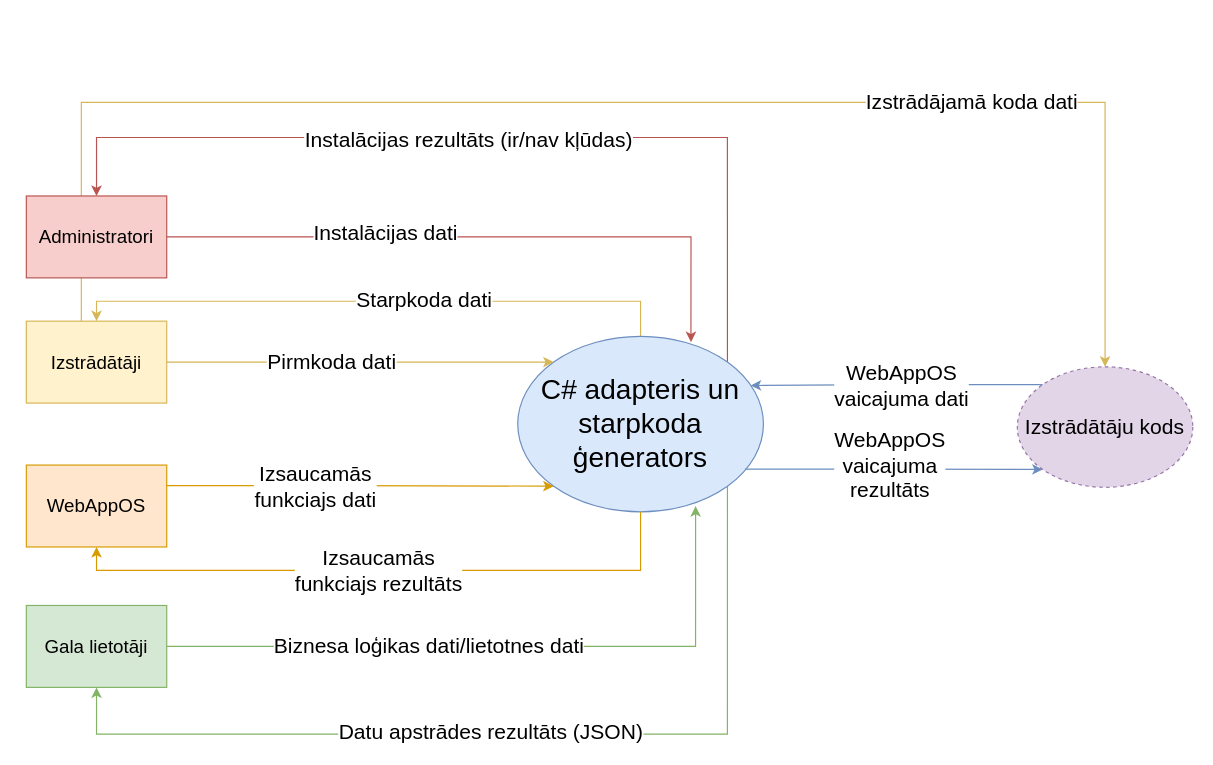
This is page "0. level" (1 of 9) of src/Kvalifikacijas darbs/Diagrammas/DPD.drawio from artiks12/webAppOS, a draw.io file, before an edit. Source tidied: cells renumbered, new cells numbered last; positions are measured from the earlier drawing's top-left corner, leaving out a move shared by most shapes. Both pictures are drawn from the tidied source at 117%, with x=0, y=0 at pixel (26, 102).
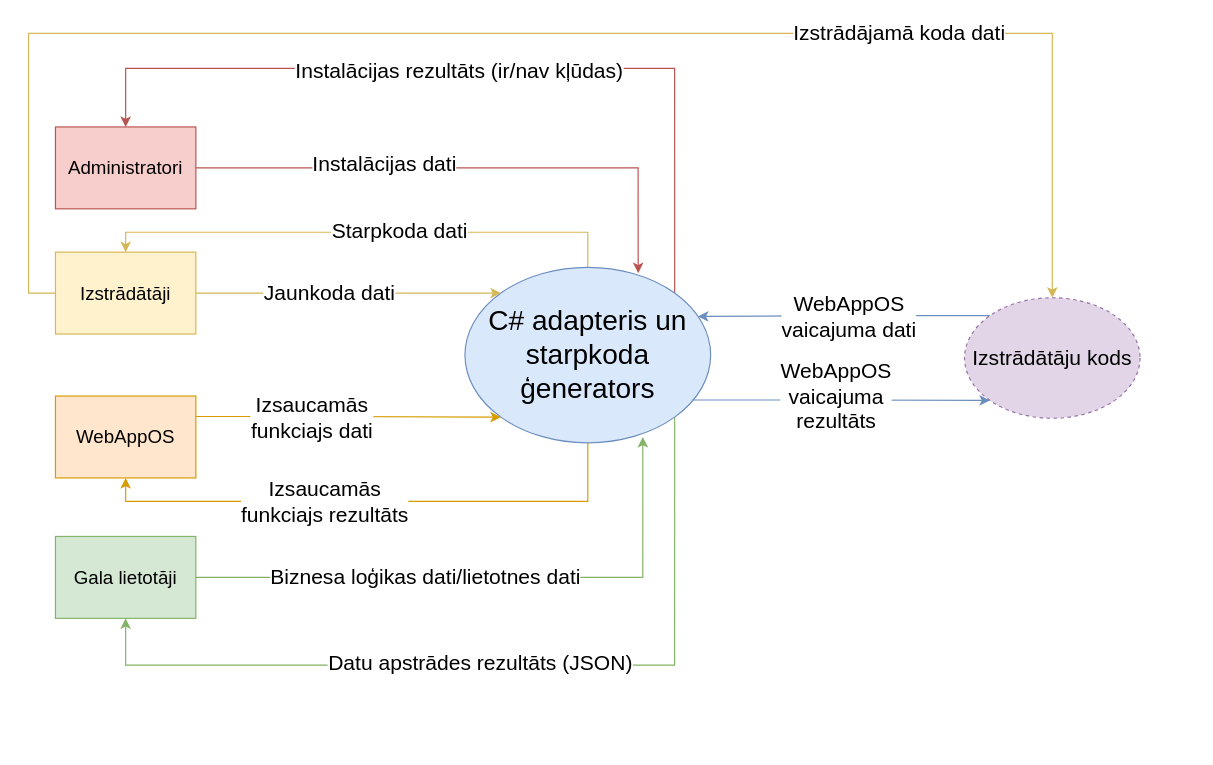
After the change.

The change refers to these unchanged cells:
```xml
<mxCell id="9" style="edgeStyle=orthogonalEdgeStyle;rounded=0;jettySize=auto;html=1;entryX=0;entryY=0;entryDx=0;entryDy=0;fillColor=#fff2cc;strokeColor=#d6b656;" parent="1" edge="1" source="13" target="8">
  <mxGeometry relative="1" as="geometry" />
</mxCell>
```

The edit, as a diff of the source:
```diff
@@
     <mxCell id="2" style="edgeStyle=orthogonalEdgeStyle;rounded=0;jettySize=auto;html=1;exitX=0.5;exitY=0;exitDx=0;exitDy=0;entryX=0.5;entryY=0;entryDx=0;entryDy=0;fillColor=#fff2cc;strokeColor=#d6b656;" parent="1" edge="1" source="8" target="13">
       <mxGeometry relative="1" as="geometry">
         <Array as="points">
-          <mxPoint x="525" y="170" />
-          <mxPoint x="60" y="170" />
+          <mxPoint x="479.9" y="111" />
+          <mxPoint x="84.9" y="111" />
         </Array>
       </mxGeometry>
     </mxCell>
@@
     <mxCell id="4" style="edgeStyle=orthogonalEdgeStyle;rounded=0;jettySize=auto;html=1;exitX=1;exitY=1;exitDx=0;exitDy=0;entryX=0.5;entryY=1;entryDx=0;entryDy=0;fillColor=#d5e8d4;strokeColor=#82b366;" parent="1" edge="1" source="8" target="19">
       <mxGeometry relative="1" as="geometry">
         <Array as="points">
-          <mxPoint x="599" y="540" />
-          <mxPoint x="60" y="540" />
+          <mxPoint x="553.9" y="481" />
+          <mxPoint x="84.9" y="481" />
         </Array>
       </mxGeometry>
     </mxCell>
@@
     <mxCell id="6" style="edgeStyle=orthogonalEdgeStyle;rounded=0;jettySize=auto;html=1;exitX=1;exitY=0;exitDx=0;exitDy=0;entryX=0.5;entryY=0;entryDx=0;entryDy=0;fillColor=#f8cecc;strokeColor=#b85450;" parent="1" edge="1" source="8" target="16">
       <mxGeometry relative="1" as="geometry">
         <Array as="points">
-          <mxPoint x="599" y="30" />
-          <mxPoint x="60" y="30" />
+          <mxPoint x="553.9" y="-29" />
+          <mxPoint x="84.9" y="-29" />
         </Array>
       </mxGeometry>
     </mxCell>
@@
     <mxCell id="8" value="&lt;font style=&quot;font-size: 24px&quot;&gt;C# adapteris un starpkoda ģenerators&lt;/font&gt;" style="ellipse;whiteSpace=wrap;html=1;fillColor=#dae8fc;strokeColor=#6c8ebf;" parent="1" vertex="1">
-      <mxGeometry x="420" y="200" width="210" height="150" as="geometry" />
+      <mxGeometry x="374.9" y="141" width="210" height="150" as="geometry" />
     </mxCell>
@@
-    <mxCell id="10" value="&lt;font style=&quot;font-size: 18px&quot;&gt;Pirmkoda dati&lt;/font&gt;" style="edgeLabel;html=1;align=center;verticalAlign=middle;" parent="9" vertex="1">
+    <mxCell id="10" value="&lt;font style=&quot;font-size: 18px&quot;&gt;Jaunkoda dati&lt;/font&gt;" style="edgeLabel;html=1;align=center;verticalAlign=middle;" parent="9" vertex="1">
       <mxGeometry x="-0.25" relative="1" as="geometry">
         <mxPoint x="16" as="offset" />
       </mxGeometry>
     </mxCell>
-    <mxCell id="11" style="edgeStyle=orthogonalEdgeStyle;rounded=0;jettySize=auto;html=1;entryX=0.5;entryY=0;entryDx=0;entryDy=0;fillColor=#fff2cc;strokeColor=#d6b656;" parent="1" edge="1" source="13" target="23">
+    <mxCell id="11" style="edgeStyle=orthogonalEdgeStyle;rounded=0;jettySize=auto;html=1;entryX=0.5;entryY=0;entryDx=0;entryDy=0;fillColor=#fff2cc;strokeColor=#d6b656;exitX=0;exitY=0.5;exitDx=0;exitDy=0;" parent="1" edge="1" source="13" target="23">
       <mxGeometry relative="1" as="geometry">
         <Array as="points">
-          <mxPoint x="47" y="222" />
-          <mxPoint x="47" />
-          <mxPoint x="922" />
+          <mxPoint x="1.9" y="163" />
+          <mxPoint x="1.9" y="-59" />
+          <mxPoint x="876.9" y="-59" />
         </Array>
       </mxGeometry>
     </mxCell>
@@
     <mxCell id="13" value="&lt;font size=&quot;3&quot;&gt;Izstrādātāji&lt;/font&gt;" style="rounded=0;whiteSpace=wrap;html=1;fillColor=#fff2cc;strokeColor=#d6b656;" parent="1" vertex="1">
-      <mxGeometry y="187" width="120" height="70" as="geometry" />
+      <mxGeometry x="24.9" y="128" width="120" height="70" as="geometry" />
     </mxCell>
@@
     <mxCell id="16" value="&lt;font size=&quot;3&quot;&gt;Administratori&lt;br&gt;&lt;/font&gt;" style="rounded=0;whiteSpace=wrap;html=1;fillColor=#f8cecc;strokeColor=#b85450;" parent="1" vertex="1">
-      <mxGeometry y="80" width="120" height="70" as="geometry" />
+      <mxGeometry x="24.9" y="21" width="120" height="70" as="geometry" />
     </mxCell>
@@
     <mxCell id="19" value="&lt;font size=&quot;3&quot;&gt;Gala lietotāji&lt;/font&gt;" style="rounded=0;whiteSpace=wrap;html=1;fillColor=#d5e8d4;strokeColor=#82b366;" parent="1" vertex="1">
-      <mxGeometry y="430" width="120" height="70" as="geometry" />
+      <mxGeometry x="24.9" y="371" width="120" height="70" as="geometry" />
     </mxCell>
@@
     <mxCell id="23" value="&lt;span style=&quot;font-size: 18px&quot;&gt;Izstrādātāju kods&lt;/span&gt;" style="ellipse;whiteSpace=wrap;html=1;fillColor=#e1d5e7;strokeColor=#9673a6;dashed=1;" parent="1" vertex="1">
-      <mxGeometry x="847" y="226" width="150" height="103" as="geometry" />
+      <mxGeometry x="801.9" y="167" width="150" height="103" as="geometry" />
     </mxCell>
@@
     <mxCell id="27" value="&lt;font style=&quot;font-size: 16px&quot;&gt;WebAppOS&lt;/font&gt;" style="rounded=0;whiteSpace=wrap;html=1;labelBackgroundColor=none;fillColor=#ffe6cc;strokeColor=#d79b00;" parent="1" vertex="1">
-      <mxGeometry y="310" width="120" height="70" as="geometry" />
+      <mxGeometry x="24.9" y="251" width="120" height="70" as="geometry" />
     </mxCell>
     <mxCell id="28" value="&lt;font style=&quot;font-size: 18px&quot;&gt;Izsaucamās &lt;br&gt;funkciajs rezultāts&lt;/font&gt;" style="edgeLabel;html=1;align=center;verticalAlign=middle;" parent="1" vertex="1">
-      <mxGeometry x="300" y="400" as="geometry" />
+      <mxGeometry x="254.9" y="341" as="geometry" />
     </mxCell>
     <mxCell id="29" value="WebAppOS &lt;br&gt;vaicajuma&lt;br&gt;rezultāts" style="edgeLabel;html=1;align=center;verticalAlign=middle;fontSize=18;" parent="1" vertex="1">
-      <mxGeometry x="737" y="310" as="geometry" />
+      <mxGeometry x="691.9" y="251" as="geometry" />
     </mxCell>
```
